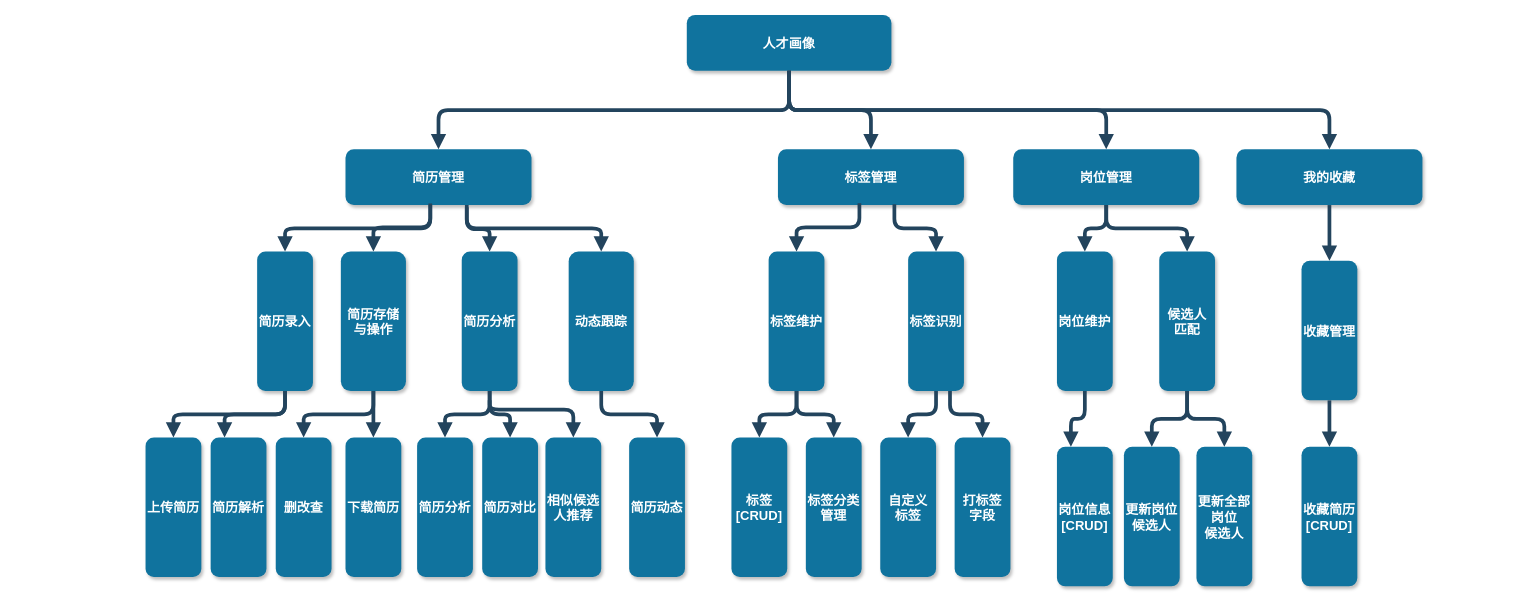
beyondgogogo/Graph keeps this draw.io diagram as 未命名绘图.drawio. Above is the earlier version. Source tidied: cells renumbered, new cells numbered last; positions are measured from the earlier drawing's top-left corner, leaving out a move shared by most shapes. Both pictures are drawn from the tidied source at 93%, with x=0, y=0 at pixel (145, 15).
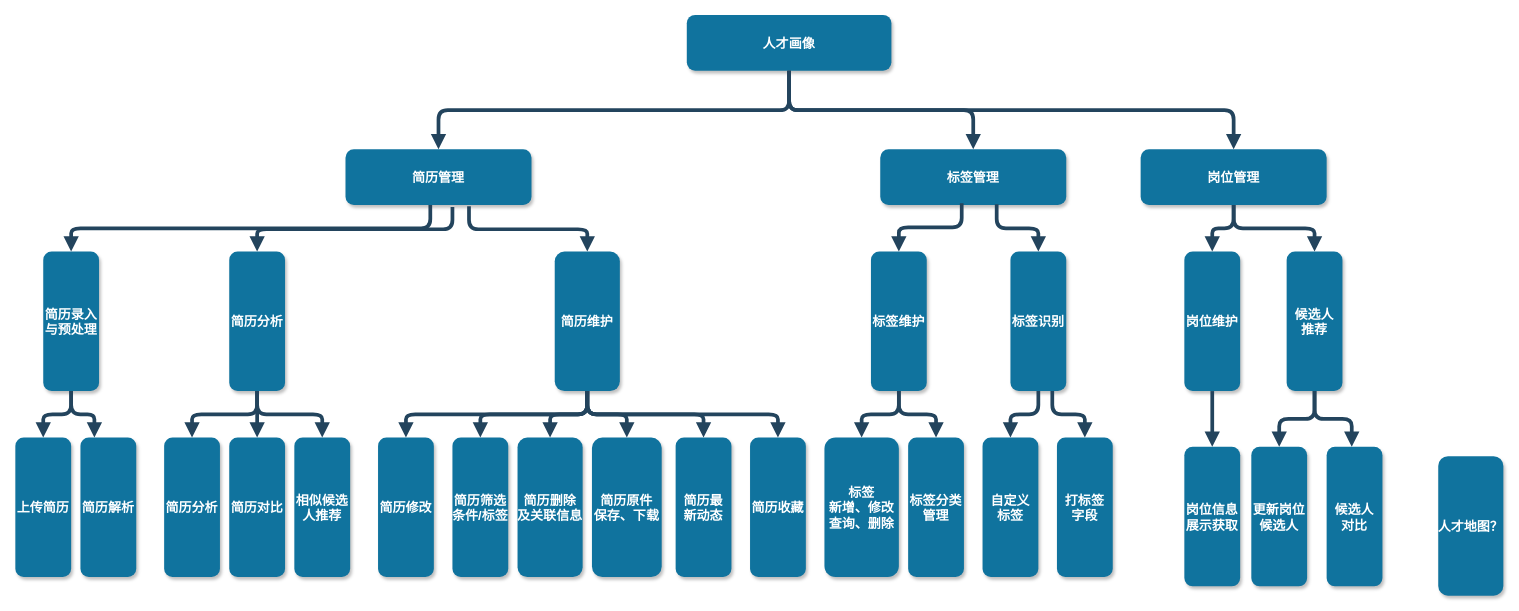
Above is the later version.

Commit message:
更新未命名绘图.drawio

The change refers to these unchanged cells:
```xml
<mxCell id="2" value="人才画像" style="rounded=1;fillColor=#10739E;strokeColor=none;shadow=1;gradientColor=none;fontStyle=1;fontColor=#FFFFFF;fontSize=14;" parent="1" vertex="1">
  <mxGeometry x="582" y="-0.5" width="220" height="60" as="geometry" />
</mxCell>
<mxCell id="3" value="简历管理" style="rounded=1;fillColor=#10739E;strokeColor=none;shadow=1;gradientColor=none;fontStyle=1;fontColor=#FFFFFF;fontSize=14;" parent="1" vertex="1">
  <mxGeometry x="215" y="144" width="200" height="60" as="geometry" />
</mxCell>
```

Diff of the diagram source:
```diff
@@
     <mxCell id="4" value="标签管理" style="rounded=1;fillColor=#10739E;strokeColor=none;shadow=1;gradientColor=none;fontStyle=1;fontColor=#FFFFFF;fontSize=14;" parent="1" vertex="1">
-      <mxGeometry x="680" y="144" width="200" height="60" as="geometry" />
+      <mxGeometry x="790" y="144" width="200" height="60" as="geometry" />
     </mxCell>
     <mxCell id="5" value="岗位管理" style="rounded=1;fillColor=#10739E;strokeColor=none;shadow=1;gradientColor=none;fontStyle=1;fontColor=#FFFFFF;fontSize=14;" parent="1" vertex="1">
-      <mxGeometry x="933" y="144" width="200" height="60" as="geometry" />
+      <mxGeometry x="1070" y="144" width="200" height="60" as="geometry" />
     </mxCell>
@@
-    <mxCell id="9" value="我的收藏" style="rounded=1;fillColor=#10739E;strokeColor=none;shadow=1;gradientColor=none;fontStyle=1;fontColor=#FFFFFF;fontSize=14;" parent="1" vertex="1">
-      <mxGeometry x="1173" y="144" width="200" height="60" as="geometry" />
-    </mxCell>
-    <mxCell id="10" style="edgeStyle=elbowEdgeStyle;elbow=vertical;strokeWidth=4;endArrow=block;endFill=1;fontStyle=1;strokeColor=#23445D;entryX=0.5;entryY=0;entryDx=0;entryDy=0;exitX=0.5;exitY=1;exitDx=0;exitDy=0;" parent="1" edge="1" source="2" target="9">
-      <mxGeometry x="22" y="165.5" as="geometry" />
-    </mxCell>
-    <mxCell id="11" value="简历录入" style="rounded=1;fillColor=#10739E;strokeColor=none;shadow=1;gradientColor=none;fontStyle=1;fontColor=#FFFFFF;fontSize=14;" parent="1" vertex="1">
-      <mxGeometry x="120" y="254" width="60" height="150" as="geometry" />
+    <mxCell id="11" value="简历录入&#10;与预处理" style="rounded=1;fillColor=#10739E;strokeColor=none;shadow=1;gradientColor=none;fontStyle=1;fontColor=#FFFFFF;fontSize=14;" parent="1" vertex="1">
+      <mxGeometry x="-110" y="254" width="60" height="150" as="geometry" />
     </mxCell>
-    <mxCell id="12" value="简历存储&#10;与操作" style="rounded=1;fillColor=#10739E;strokeColor=none;shadow=1;gradientColor=none;fontStyle=1;fontColor=#FFFFFF;fontSize=14;" parent="1" vertex="1">
-      <mxGeometry x="210" y="254" width="70" height="150" as="geometry" />
+    <mxCell id="12" value="简历维护" style="rounded=1;fillColor=#10739E;strokeColor=none;shadow=1;gradientColor=none;fontStyle=1;fontColor=#FFFFFF;fontSize=14;" parent="1" vertex="1">
+      <mxGeometry x="440" y="254" width="70" height="150" as="geometry" />
     </mxCell>
     <mxCell id="13" value="简历分析" style="rounded=1;fillColor=#10739E;strokeColor=none;shadow=1;gradientColor=none;fontStyle=1;fontColor=#FFFFFF;fontSize=14;" parent="1" vertex="1">
-      <mxGeometry x="340" y="254" width="60" height="150" as="geometry" />
+      <mxGeometry x="90" y="254" width="60" height="150" as="geometry" />
     </mxCell>
-    <mxCell id="14" value="动态跟踪" style="rounded=1;fillColor=#10739E;strokeColor=none;shadow=1;gradientColor=none;fontStyle=1;fontColor=#FFFFFF;fontSize=14;" parent="1" vertex="1">
-      <mxGeometry x="455" y="254" width="70" height="150" as="geometry" />
-    </mxCell>
@@
-    <mxCell id="16" style="edgeStyle=elbowEdgeStyle;elbow=vertical;strokeWidth=4;endArrow=block;endFill=1;fontStyle=1;strokeColor=#23445D;entryX=0.5;entryY=0;entryDx=0;entryDy=0;exitX=0.456;exitY=0.972;exitDx=0;exitDy=0;exitPerimeter=0;" parent="1" edge="1" source="3" target="12">
+    <mxCell id="16" style="edgeStyle=elbowEdgeStyle;elbow=vertical;strokeWidth=4;endArrow=block;endFill=1;fontStyle=1;strokeColor=#23445D;entryX=0.5;entryY=0;entryDx=0;entryDy=0;exitX=0.664;exitY=1.023;exitDx=0;exitDy=0;exitPerimeter=0;" parent="1" edge="1" source="3" target="12">
       <mxGeometry x="62" y="195.5" as="geometry" />
     </mxCell>
-    <mxCell id="17" style="edgeStyle=elbowEdgeStyle;elbow=vertical;strokeWidth=4;endArrow=block;endFill=1;fontStyle=1;strokeColor=#23445D;exitX=0.652;exitY=1.038;exitDx=0;exitDy=0;exitPerimeter=0;" parent="1" edge="1" source="3" target="13">
-      <mxGeometry x="62" y="195.5" as="geometry" />
+    <mxCell id="17" style="edgeStyle=elbowEdgeStyle;elbow=vertical;strokeWidth=4;endArrow=block;endFill=1;fontStyle=1;strokeColor=#23445D;" parent="1" edge="1" target="13">
+      <mxGeometry x="62" y="195.5" as="geometry">
+        <mxPoint x="330" y="206" as="sourcePoint" />
+      </mxGeometry>
     </mxCell>
-    <mxCell id="18" style="edgeStyle=elbowEdgeStyle;elbow=vertical;strokeWidth=4;endArrow=block;endFill=1;fontStyle=1;strokeColor=#23445D;entryX=0.5;entryY=0;entryDx=0;entryDy=0;exitX=0.652;exitY=0.998;exitDx=0;exitDy=0;exitPerimeter=0;" parent="1" edge="1" source="3" target="14">
-      <mxGeometry x="62" y="195.5" as="geometry" />
-    </mxCell>
     <mxCell id="19" value="上传简历" style="rounded=1;fillColor=#10739E;strokeColor=none;shadow=1;gradientColor=none;fontStyle=1;fontColor=#FFFFFF;fontSize=14;" parent="1" vertex="1">
-      <mxGeometry y="454" width="60" height="150" as="geometry" />
+      <mxGeometry x="-140" y="454" width="60" height="150" as="geometry" />
     </mxCell>
     <mxCell id="20" value="简历解析" style="rounded=1;fillColor=#10739E;strokeColor=none;shadow=1;gradientColor=none;fontStyle=1;fontColor=#FFFFFF;fontSize=14;" parent="1" vertex="1">
-      <mxGeometry x="70" y="454" width="60" height="150" as="geometry" />
+      <mxGeometry x="-70" y="454" width="60" height="150" as="geometry" />
     </mxCell>
-    <mxCell id="21" value="删改查" style="rounded=1;fillColor=#10739E;strokeColor=none;shadow=1;gradientColor=none;fontStyle=1;fontColor=#FFFFFF;fontSize=14;" parent="1" vertex="1">
-      <mxGeometry x="140" y="454" width="60" height="150" as="geometry" />
+    <mxCell id="21" value="简历修改" style="rounded=1;fillColor=#10739E;strokeColor=none;shadow=1;gradientColor=none;fontStyle=1;fontColor=#FFFFFF;fontSize=14;" parent="1" vertex="1">
+      <mxGeometry x="250" y="454" width="60" height="150" as="geometry" />
     </mxCell>
-    <mxCell id="22" value="下载简历" style="rounded=1;fillColor=#10739E;strokeColor=none;shadow=1;gradientColor=none;fontStyle=1;fontColor=#FFFFFF;fontSize=14;" parent="1" vertex="1">
-      <mxGeometry x="215" y="454" width="60" height="150" as="geometry" />
+    <mxCell id="22" value="简历原件&#10;保存、下载" style="rounded=1;fillColor=#10739E;strokeColor=none;shadow=1;gradientColor=none;fontStyle=1;fontColor=#FFFFFF;fontSize=14;" parent="1" vertex="1">
+      <mxGeometry x="480" y="454" width="75" height="150" as="geometry" />
     </mxCell>
     <mxCell id="23" value="简历分析" style="rounded=1;fillColor=#10739E;strokeColor=none;shadow=1;gradientColor=none;fontStyle=1;fontColor=#FFFFFF;fontSize=14;" parent="1" vertex="1">
-      <mxGeometry x="292" y="454" width="60" height="150" as="geometry" />
+      <mxGeometry x="20" y="454" width="60" height="150" as="geometry" />
     </mxCell>
     <mxCell id="24" value="简历对比" style="rounded=1;fillColor=#10739E;strokeColor=none;shadow=1;gradientColor=none;fontStyle=1;fontColor=#FFFFFF;fontSize=14;" parent="1" vertex="1">
-      <mxGeometry x="362" y="454" width="60" height="150" as="geometry" />
+      <mxGeometry x="90" y="454" width="60" height="150" as="geometry" />
     </mxCell>
     <mxCell id="25" value="相似候选&#10;人推荐" style="rounded=1;fillColor=#10739E;strokeColor=none;shadow=1;gradientColor=none;fontStyle=1;fontColor=#FFFFFF;fontSize=14;" parent="1" vertex="1">
-      <mxGeometry x="430" y="454" width="60" height="150" as="geometry" />
+      <mxGeometry x="160" y="454" width="60" height="150" as="geometry" />
     </mxCell>
-    <mxCell id="26" value="简历动态" style="rounded=1;fillColor=#10739E;strokeColor=none;shadow=1;gradientColor=none;fontStyle=1;fontColor=#FFFFFF;fontSize=14;" parent="1" vertex="1">
-      <mxGeometry x="520" y="454" width="60" height="150" as="geometry" />
+    <mxCell id="26" value="简历最&#10;新动态" style="rounded=1;fillColor=#10739E;strokeColor=none;shadow=1;gradientColor=none;fontStyle=1;fontColor=#FFFFFF;fontSize=14;" parent="1" vertex="1">
+      <mxGeometry x="570" y="454" width="60" height="150" as="geometry" />
     </mxCell>
     <mxCell id="27" value="标签维护" style="rounded=1;fillColor=#10739E;strokeColor=none;shadow=1;gradientColor=none;fontStyle=1;fontColor=#FFFFFF;fontSize=14;" parent="1" vertex="1">
-      <mxGeometry x="670" y="254" width="60" height="150" as="geometry" />
+      <mxGeometry x="780" y="254" width="60" height="150" as="geometry" />
     </mxCell>
     <mxCell id="28" value="标签识别" style="rounded=1;fillColor=#10739E;strokeColor=none;shadow=1;gradientColor=none;fontStyle=1;fontColor=#FFFFFF;fontSize=14;" parent="1" vertex="1">
-      <mxGeometry x="820" y="254" width="60" height="150" as="geometry" />
+      <mxGeometry x="930" y="254" width="60" height="150" as="geometry" />
     </mxCell>
-    <mxCell id="29" value="标签&#10;[CRUD]" style="rounded=1;fillColor=#10739E;strokeColor=none;shadow=1;gradientColor=none;fontStyle=1;fontColor=#FFFFFF;fontSize=14;" parent="1" vertex="1">
-      <mxGeometry x="630" y="454" width="60" height="150" as="geometry" />
+    <mxCell id="29" value="标签&#10;新增、修改&#10;查询、删除" style="rounded=1;fillColor=#10739E;strokeColor=none;shadow=1;gradientColor=none;fontStyle=1;fontColor=#FFFFFF;fontSize=14;" parent="1" vertex="1">
+      <mxGeometry x="730" y="454" width="80" height="150" as="geometry" />
     </mxCell>
     <mxCell id="30" value="标签分类&#10;管理" style="rounded=1;fillColor=#10739E;strokeColor=none;shadow=1;gradientColor=none;fontStyle=1;fontColor=#FFFFFF;fontSize=14;" parent="1" vertex="1">
-      <mxGeometry x="710" y="454" width="60" height="150" as="geometry" />
+      <mxGeometry x="820" y="454" width="60" height="150" as="geometry" />
     </mxCell>
     <mxCell id="31" value="自定义&#10;标签" style="rounded=1;fillColor=#10739E;strokeColor=none;shadow=1;gradientColor=none;fontStyle=1;fontColor=#FFFFFF;fontSize=14;" parent="1" vertex="1">
-      <mxGeometry x="790" y="454" width="60" height="150" as="geometry" />
+      <mxGeometry x="900" y="454" width="60" height="150" as="geometry" />
     </mxCell>
     <mxCell id="32" value="打标签&#10;字段" style="rounded=1;fillColor=#10739E;strokeColor=none;shadow=1;gradientColor=none;fontStyle=1;fontColor=#FFFFFF;fontSize=14;" parent="1" vertex="1">
-      <mxGeometry x="870" y="454" width="60" height="150" as="geometry" />
+      <mxGeometry x="980" y="454" width="60" height="150" as="geometry" />
     </mxCell>
     <mxCell id="33" value="岗位维护" style="rounded=1;fillColor=#10739E;strokeColor=none;shadow=1;gradientColor=none;fontStyle=1;fontColor=#FFFFFF;fontSize=14;" parent="1" vertex="1">
-      <mxGeometry x="980" y="254" width="60" height="150" as="geometry" />
+      <mxGeometry x="1117" y="254" width="60" height="150" as="geometry" />
     </mxCell>
-    <mxCell id="34" value="候选人&#10;匹配" style="rounded=1;fillColor=#10739E;strokeColor=none;shadow=1;gradientColor=none;fontStyle=1;fontColor=#FFFFFF;fontSize=14;" parent="1" vertex="1">
-      <mxGeometry x="1090" y="254" width="60" height="150" as="geometry" />
+    <mxCell id="34" value="候选人&#10;推荐" style="rounded=1;fillColor=#10739E;strokeColor=none;shadow=1;gradientColor=none;fontStyle=1;fontColor=#FFFFFF;fontSize=14;" parent="1" vertex="1">
+      <mxGeometry x="1227" y="254" width="60" height="150" as="geometry" />
     </mxCell>
-    <mxCell id="35" value="岗位信息&#10;[CRUD]" style="rounded=1;fillColor=#10739E;strokeColor=none;shadow=1;gradientColor=none;fontStyle=1;fontColor=#FFFFFF;fontSize=14;" parent="1" vertex="1">
-      <mxGeometry x="980" y="464" width="60" height="150" as="geometry" />
+    <mxCell id="35" value="岗位信息&#10;展示获取" style="rounded=1;fillColor=#10739E;strokeColor=none;shadow=1;gradientColor=none;fontStyle=1;fontColor=#FFFFFF;fontSize=14;" parent="1" vertex="1">
+      <mxGeometry x="1117" y="464" width="60" height="150" as="geometry" />
     </mxCell>
     <mxCell id="36" value="更新岗位&#10;候选人" style="rounded=1;fillColor=#10739E;strokeColor=none;shadow=1;gradientColor=none;fontStyle=1;fontColor=#FFFFFF;fontSize=14;" parent="1" vertex="1">
-      <mxGeometry x="1052" y="464" width="60" height="150" as="geometry" />
+      <mxGeometry x="1189" y="464" width="60" height="150" as="geometry" />
     </mxCell>
-    <mxCell id="37" value="收藏管理" style="rounded=1;fillColor=#10739E;strokeColor=none;shadow=1;gradientColor=none;fontStyle=1;fontColor=#FFFFFF;fontSize=14;" parent="1" vertex="1">
-      <mxGeometry x="1243" y="264" width="60" height="150" as="geometry" />
-    </mxCell>
-    <mxCell id="38" value="收藏简历&#10;[CRUD]" style="rounded=1;fillColor=#10739E;strokeColor=none;shadow=1;gradientColor=none;fontStyle=1;fontColor=#FFFFFF;fontSize=14;" parent="1" vertex="1">
-      <mxGeometry x="1243" y="464" width="60" height="150" as="geometry" />
+    <mxCell id="38" value="简历收藏" style="rounded=1;fillColor=#10739E;strokeColor=none;shadow=1;gradientColor=none;fontStyle=1;fontColor=#FFFFFF;fontSize=14;" parent="1" vertex="1">
+      <mxGeometry x="650" y="454" width="60" height="150" as="geometry" />
     </mxCell>
-    <mxCell id="39" value="更新全部&#10;岗位&#10;候选人" style="rounded=1;fillColor=#10739E;strokeColor=none;shadow=1;gradientColor=none;fontStyle=1;fontColor=#FFFFFF;fontSize=14;" parent="1" vertex="1">
-      <mxGeometry x="1130" y="464" width="60" height="150" as="geometry" />
-    </mxCell>
@@
-    <mxCell id="45" style="edgeStyle=elbowEdgeStyle;elbow=vertical;strokeWidth=4;endArrow=block;endFill=1;fontStyle=1;strokeColor=#23445D;" parent="1" edge="1" target="24">
-      <mxGeometry x="62" y="195.5" as="geometry">
-        <mxPoint x="370" y="404" as="sourcePoint" />
-      </mxGeometry>
+    <mxCell id="45" style="edgeStyle=elbowEdgeStyle;elbow=vertical;strokeWidth=4;endArrow=block;endFill=1;fontStyle=1;strokeColor=#23445D;exitX=0.5;exitY=1;exitDx=0;exitDy=0;" parent="1" edge="1" source="13" target="24">
+      <mxGeometry x="62" y="195.5" as="geometry" />
     </mxCell>
-    <mxCell id="46" style="edgeStyle=elbowEdgeStyle;elbow=vertical;strokeWidth=4;endArrow=block;endFill=1;fontStyle=1;strokeColor=#23445D;" parent="1" edge="1" target="25">
-      <mxGeometry x="62" y="195.5" as="geometry">
-        <mxPoint x="370" y="414" as="sourcePoint" />
-        <Array as="points">
-          <mxPoint x="420" y="424" />
-        </Array>
-      </mxGeometry>
+    <mxCell id="46" style="edgeStyle=elbowEdgeStyle;elbow=vertical;strokeWidth=4;endArrow=block;endFill=1;fontStyle=1;strokeColor=#23445D;exitX=0.5;exitY=1;exitDx=0;exitDy=0;entryX=0.5;entryY=0;entryDx=0;entryDy=0;" parent="1" edge="1" source="13" target="25">
+      <mxGeometry x="62" y="195.5" as="geometry" />
     </mxCell>
-    <mxCell id="47" style="edgeStyle=elbowEdgeStyle;elbow=vertical;strokeWidth=4;endArrow=block;endFill=1;fontStyle=1;strokeColor=#23445D;exitX=0.5;exitY=1;exitDx=0;exitDy=0;" parent="1" edge="1" source="14" target="26">
+    <mxCell id="47" style="edgeStyle=elbowEdgeStyle;elbow=vertical;strokeWidth=4;endArrow=block;endFill=1;fontStyle=1;strokeColor=#23445D;exitX=0.5;exitY=1;exitDx=0;exitDy=0;" parent="1" edge="1" source="12" target="26">
       <mxGeometry x="62" y="195.5" as="geometry" />
     </mxCell>
@@
-    <mxCell id="54" style="edgeStyle=elbowEdgeStyle;elbow=vertical;strokeWidth=4;endArrow=block;endFill=1;fontStyle=1;strokeColor=#23445D;entryX=0.25;entryY=0;entryDx=0;entryDy=0;exitX=0.5;exitY=1;exitDx=0;exitDy=0;" parent="1" edge="1" source="33" target="35">
+    <mxCell id="54" style="edgeStyle=elbowEdgeStyle;elbow=vertical;strokeWidth=4;endArrow=block;endFill=1;fontStyle=1;strokeColor=#23445D;entryX=0.5;entryY=0;entryDx=0;entryDy=0;exitX=0.5;exitY=1;exitDx=0;exitDy=0;" parent="1" edge="1" source="33" target="35">
       <mxGeometry x="62" y="195.5" as="geometry" />
     </mxCell>
@@
-    <mxCell id="56" style="edgeStyle=elbowEdgeStyle;elbow=vertical;strokeWidth=4;endArrow=block;endFill=1;fontStyle=1;strokeColor=#23445D;entryX=0.5;entryY=0;entryDx=0;entryDy=0;exitX=0.5;exitY=1;exitDx=0;exitDy=0;" parent="1" edge="1" source="34" target="39">
-      <mxGeometry x="62" y="195.5" as="geometry" />
+    <mxCell id="56" style="edgeStyle=elbowEdgeStyle;elbow=vertical;strokeWidth=4;endArrow=block;endFill=1;fontStyle=1;strokeColor=#23445D;entryX=0.5;entryY=0;entryDx=0;entryDy=0;exitX=0.5;exitY=1;exitDx=0;exitDy=0;" parent="1" edge="1" source="34">
+      <mxGeometry x="62" y="195.5" as="geometry">
+        <mxPoint x="1297" y="464" as="targetPoint" />
+      </mxGeometry>
     </mxCell>
@@
-    <mxCell id="59" style="edgeStyle=elbowEdgeStyle;elbow=vertical;strokeWidth=4;endArrow=block;endFill=1;fontStyle=1;strokeColor=#23445D;entryX=0.5;entryY=0;entryDx=0;entryDy=0;exitX=0.5;exitY=1;exitDx=0;exitDy=0;" parent="1" edge="1" source="9" target="37">
-      <mxGeometry x="62" y="195.5" as="geometry" />
-    </mxCell>
-    <mxCell id="60" style="edgeStyle=elbowEdgeStyle;elbow=vertical;strokeWidth=4;endArrow=block;endFill=1;fontStyle=1;strokeColor=#23445D;entryX=0.5;entryY=0;entryDx=0;entryDy=0;exitX=0.5;exitY=1;exitDx=0;exitDy=0;" parent="1" edge="1" source="37" target="38">
+    <mxCell id="60" style="edgeStyle=elbowEdgeStyle;elbow=vertical;strokeWidth=4;endArrow=block;endFill=1;fontStyle=1;strokeColor=#23445D;entryX=0.5;entryY=0;entryDx=0;entryDy=0;exitX=0.5;exitY=1;exitDx=0;exitDy=0;" parent="1" edge="1" source="12" target="38">
       <mxGeometry x="62" y="195.5" as="geometry" />
     </mxCell>
+    <mxCell id="61" value="简历筛选&#10;条件/标签" style="rounded=1;fillColor=#10739E;strokeColor=none;shadow=1;gradientColor=none;fontStyle=1;fontColor=#FFFFFF;fontSize=14;" parent="1" vertex="1">
+      <mxGeometry x="330" y="454" width="60" height="150" as="geometry" />
+    </mxCell>
+    <mxCell id="62" value="简历删除&#10;及关联信息" style="rounded=1;fillColor=#10739E;strokeColor=none;shadow=1;gradientColor=none;fontStyle=1;fontColor=#FFFFFF;fontSize=14;" parent="1" vertex="1">
+      <mxGeometry x="400" y="454" width="70" height="150" as="geometry" />
+    </mxCell>
+    <mxCell id="63" style="edgeStyle=elbowEdgeStyle;elbow=vertical;strokeWidth=4;endArrow=block;endFill=1;fontStyle=1;strokeColor=#23445D;exitX=0.5;exitY=1;exitDx=0;exitDy=0;" parent="1" edge="1" source="12" target="62">
+      <mxGeometry x="62" y="195.5" as="geometry" />
+    </mxCell>
+    <mxCell id="64" style="edgeStyle=elbowEdgeStyle;elbow=vertical;strokeWidth=4;endArrow=block;endFill=1;fontStyle=1;strokeColor=#23445D;exitX=0.5;exitY=1;exitDx=0;exitDy=0;" parent="1" edge="1" source="12" target="61">
+      <mxGeometry x="62" y="195.5" as="geometry" />
+    </mxCell>
+    <mxCell id="65" value="候选人&#10;对比" style="rounded=1;fillColor=#10739E;strokeColor=none;shadow=1;gradientColor=none;fontStyle=1;fontColor=#FFFFFF;fontSize=14;" parent="1" vertex="1">
+      <mxGeometry x="1270" y="464" width="60" height="150" as="geometry" />
+    </mxCell>
+    <mxCell id="66" value="人才地图？" style="rounded=1;fillColor=#10739E;strokeColor=none;shadow=1;gradientColor=none;fontStyle=1;fontColor=#FFFFFF;fontSize=14;" parent="1" vertex="1">
+      <mxGeometry x="1390" y="474" width="70" height="150" as="geometry" />
+    </mxCell>
```
